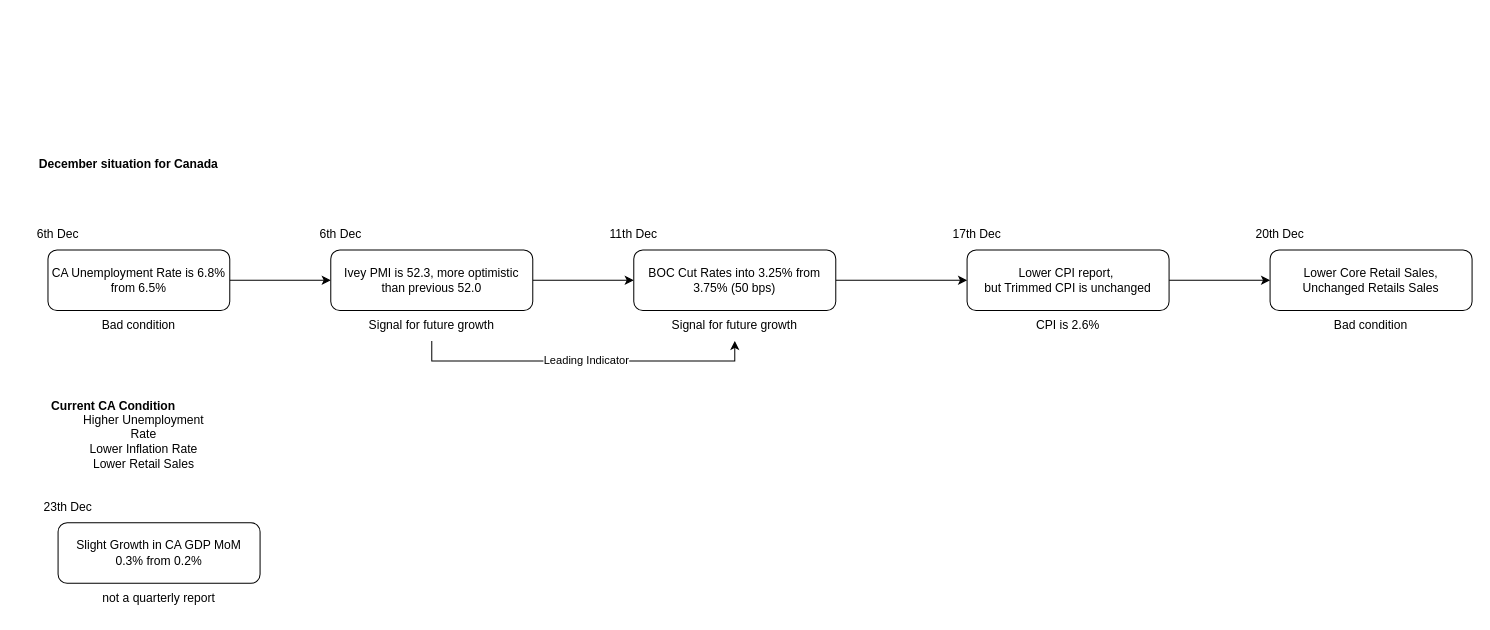
Before: page "Canada" (4 of 4) of macro-analysis.drawio in primprum/macro-analysis, a draw.io diagram. Source tidied: cells renumbered, new cells numbered last; positions are measured from the earlier drawing's top-left corner, leaving out a move shared by most shapes. Both pictures are drawn from the tidied source at 101%, with x=0, y=0 at pixel (17, 148).
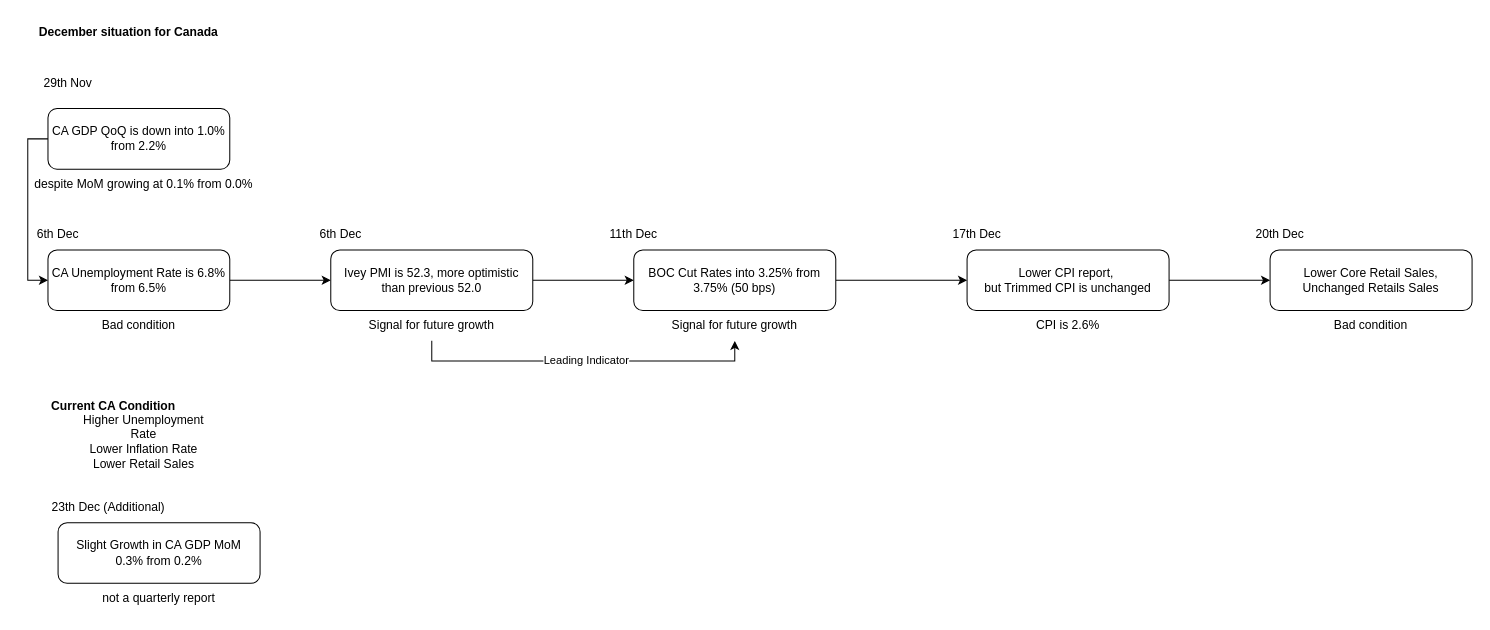
After the change.

The change refers to these unchanged cells:
```xml
<mxCell id="3" value="CA Unemployment Rate is 6.8% from 6.5%" style="rounded=1;whiteSpace=wrap;html=1;" parent="1" vertex="1">
  <mxGeometry x="30" y="100" width="180" height="60" as="geometry" />
</mxCell>
```

What changed in the source:
```diff
@@
     <mxCell id="25" value="&lt;b&gt;December situation for Canada&lt;/b&gt;" style="text;html=1;align=center;verticalAlign=middle;whiteSpace=wrap;rounded=0;" parent="1" vertex="1">
-      <mxGeometry width="220" height="30" as="geometry" />
+      <mxGeometry y="-130" width="220" height="30" as="geometry" />
     </mxCell>
-    <mxCell id="26" value="23th Dec" style="text;html=1;align=center;verticalAlign=middle;whiteSpace=wrap;rounded=0;" parent="1" vertex="1">
-      <mxGeometry x="20" y="340" width="60" height="30" as="geometry" />
+    <mxCell id="26" value="23th Dec (Additional)" style="text;html=1;align=center;verticalAlign=middle;whiteSpace=wrap;rounded=0;" parent="1" vertex="1">
+      <mxGeometry x="20" y="340" width="140" height="30" as="geometry" />
     </mxCell>
@@
+    <mxCell id="29" style="edgeStyle=orthogonalEdgeStyle;rounded=0;jettySize=auto;html=1;exitX=0;exitY=0.5;exitDx=0;exitDy=0;entryX=0;entryY=0.5;entryDx=0;entryDy=0;" parent="1" edge="1" source="30" target="3">
+      <mxGeometry relative="1" as="geometry" />
+    </mxCell>
+    <mxCell id="30" value="CA GDP QoQ is down into 1.0% from 2.2%" style="rounded=1;whiteSpace=wrap;html=1;" parent="1" vertex="1">
+      <mxGeometry x="30" y="-40" width="180" height="60" as="geometry" />
+    </mxCell>
+    <mxCell id="31" value="29th Nov" style="text;html=1;align=center;verticalAlign=middle;whiteSpace=wrap;rounded=0;" parent="1" vertex="1">
+      <mxGeometry x="20" y="-80" width="60" height="30" as="geometry" />
+    </mxCell>
+    <mxCell id="32" value="despite MoM growing at 0.1% from 0.0%" style="text;html=1;align=center;verticalAlign=middle;whiteSpace=wrap;rounded=0;" parent="1" vertex="1">
+      <mxGeometry x="5" y="20" width="240" height="30" as="geometry" />
+    </mxCell>
```
